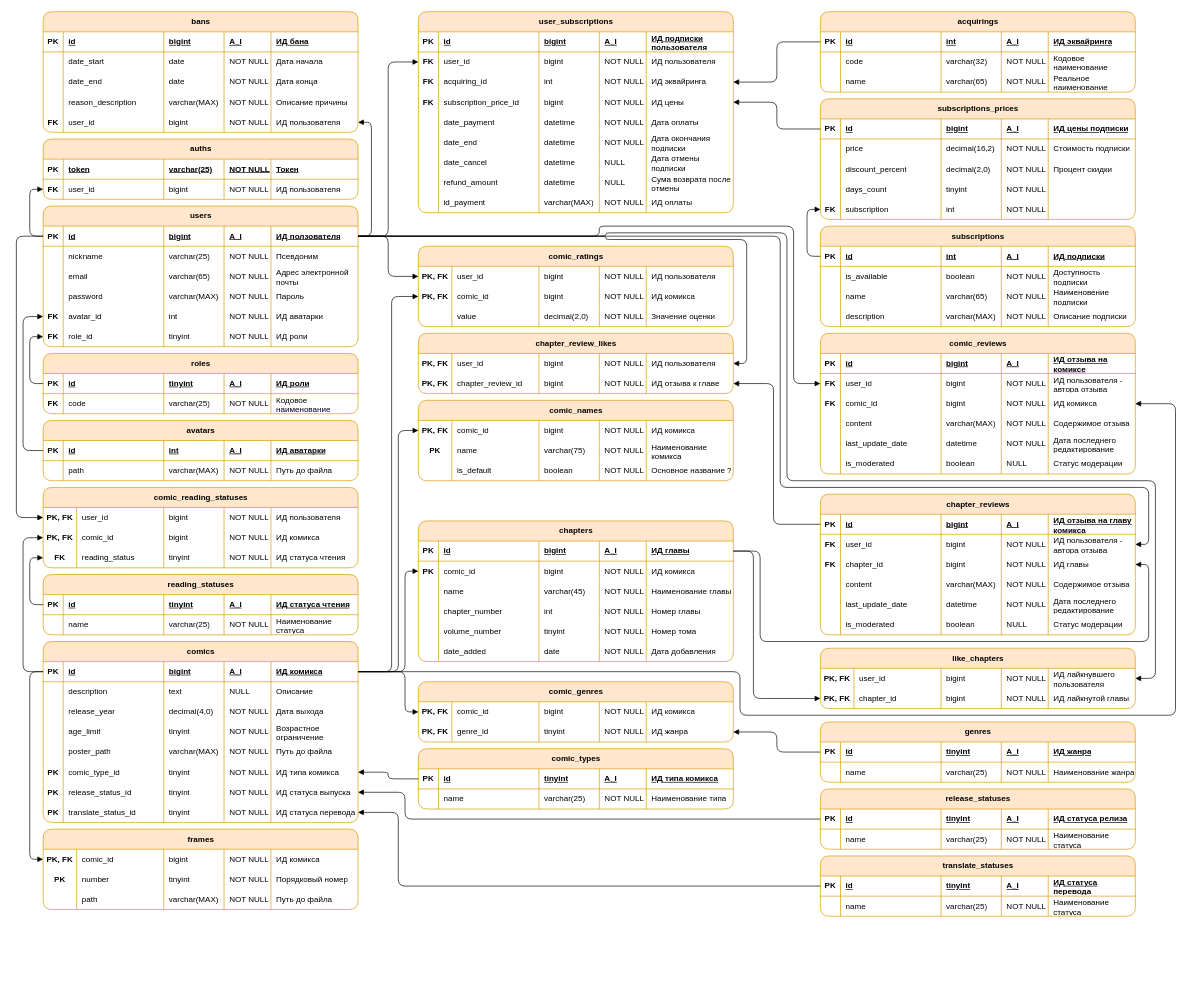
Zamelane/exams-3-course keeps this draw.io diagram as page "Физическая" (3 of 3) of ПМ.11/Модели базы данных.drawio. Above is the earlier version. Source tidied: cells renumbered, new cells numbered last; positions are measured from the earlier drawing's top-left corner, leaving out a move shared by most shapes. Both pictures are drawn from the tidied source at 67%, with x=0, y=0 at pixel (16, 11).
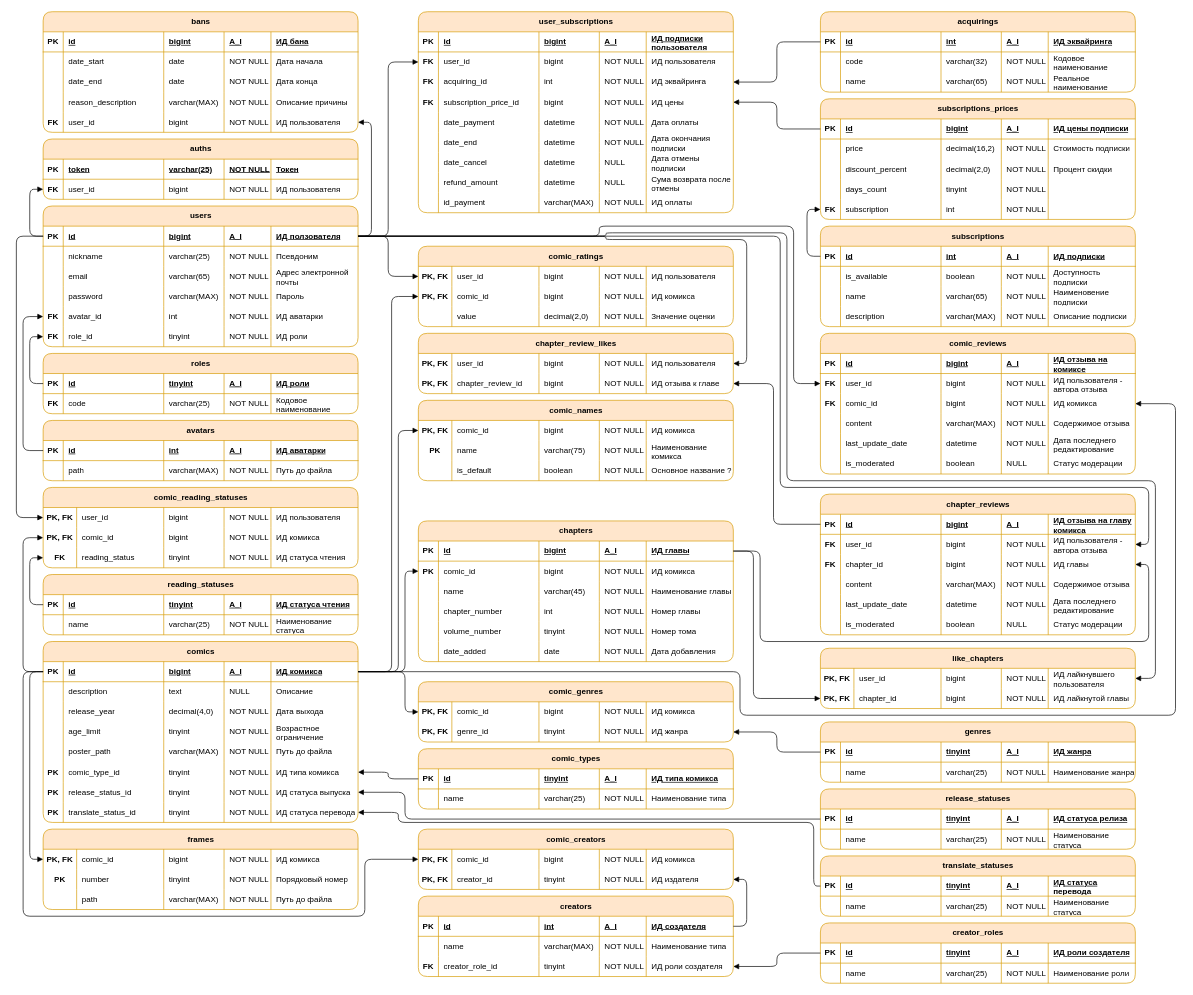
The same page after the edit.

Unchanged cells that the change refers to:
```xml
<mxCell id="401" style="shape=tableRow;horizontal=0;startSize=0;swimlaneHead=0;swimlaneBody=0;fillColor=none;points=[[0,0.5],[1,0.5]];portConstraint=eastwest;top=0;left=0;right=0;bottom=1;strokeColor=inherit;" parent="400" vertex="1">
  <mxGeometry y="30" width="470" height="30" as="geometry" />
</mxCell>
<mxCell id="443" style="shape=tableRow;horizontal=0;startSize=0;swimlaneHead=0;swimlaneBody=0;fillColor=none;points=[[0,0.5],[1,0.5]];portConstraint=eastwest;top=0;left=0;right=0;bottom=0;" parent="400" vertex="1">
  <mxGeometry y="240" width="470" height="30" as="geometry" />
</mxCell>
<mxCell id="589" style="shape=tableRow;horizontal=0;startSize=0;swimlaneHead=0;swimlaneBody=0;fillColor=none;points=[[0,0.5],[1,0.5]];portConstraint=eastwest;top=0;left=0;right=0;bottom=1;strokeColor=inherit;" parent="588" vertex="1">
  <mxGeometry y="30" width="470" height="30" as="geometry" />
</mxCell>
```

What changed in the source:
```diff
@@
     <mxCell id="602" style="edgeStyle=orthogonalEdgeStyle;curved=0;rounded=1;jettySize=auto;html=1;exitX=0;exitY=0.5;exitDx=0;exitDy=0;entryX=1;entryY=0.5;entryDx=0;entryDy=0;strokeColor=default;align=center;verticalAlign=middle;fontFamily=Helvetica;fontSize=11;fontColor=default;labelBackgroundColor=default;endArrow=block;endFill=1;" parent="1" edge="1" source="589" target="443">
       <mxGeometry relative="1" as="geometry">
         <Array as="points">
-          <mxPoint x="570" y="1305" />
+          <mxPoint x="1190" y="1305" />
+          <mxPoint x="1190" y="1210" />
+          <mxPoint x="570" y="1210" />
           <mxPoint x="570" y="1195" />
         </Array>
       </mxGeometry>
     </mxCell>
@@
+    <mxCell id="608" value="creators" style="shape=table;startSize=30;childLayout=tableLayout;rowLines=0;fontStyle=1;align=center;html=1;rounded=1;fillColor=#ffe6cc;strokeColor=#d79b00;" parent="1" vertex="1">
+      <mxGeometry x="599.9" y="1320" width="470.1" height="120" as="geometry" />
+    </mxCell>
+    <mxCell id="609" style="shape=tableRow;horizontal=0;startSize=0;swimlaneHead=0;swimlaneBody=0;fillColor=none;points=[[0,0.5],[1,0.5]];portConstraint=eastwest;top=0;left=0;right=0;bottom=1;strokeColor=inherit;" parent="608" vertex="1">
+      <mxGeometry y="30" width="470.1" height="30" as="geometry" />
+    </mxCell>
+    <mxCell id="610" value="PK" style="shape=partialRectangle;fillColor=none;top=0;left=0;bottom=0;right=0;fontStyle=1;overflow=hidden;whiteSpace=wrap;html=1;strokeColor=default;" parent="609" vertex="1">
+      <mxGeometry width="30" height="30" as="geometry" />
+    </mxCell>
+    <mxCell id="611" value="id" style="shape=partialRectangle;fillColor=none;top=0;left=0;bottom=0;right=0;align=left;spacingLeft=6;fontStyle=5;overflow=hidden;whiteSpace=wrap;html=1;strokeColor=default;" parent="609" vertex="1">
+      <mxGeometry x="30" width="150" height="30" as="geometry" />
+    </mxCell>
+    <mxCell id="612" value="int" style="shape=partialRectangle;fillColor=none;top=0;left=0;bottom=0;right=0;align=left;spacingLeft=6;fontStyle=5;overflow=hidden;whiteSpace=wrap;html=1;strokeColor=default;" parent="609" vertex="1">
+      <mxGeometry x="180" width="90.1" height="30" as="geometry" />
+    </mxCell>
+    <mxCell id="613" value="A_I" style="shape=partialRectangle;fillColor=none;top=0;left=0;bottom=0;right=0;align=left;spacingLeft=6;fontStyle=5;overflow=hidden;whiteSpace=wrap;html=1;strokeColor=default;" parent="609" vertex="1">
+      <mxGeometry x="270.1" width="70" height="30" as="geometry" />
+    </mxCell>
+    <mxCell id="614" value="ИД создателя" style="shape=partialRectangle;fillColor=none;top=0;left=0;bottom=0;right=0;align=left;spacingLeft=6;fontStyle=5;overflow=hidden;whiteSpace=wrap;html=1;strokeColor=default;" parent="609" vertex="1">
+      <mxGeometry x="340.1" width="130" height="30" as="geometry" />
+    </mxCell>
+    <mxCell id="615" style="shape=tableRow;horizontal=0;startSize=0;swimlaneHead=0;swimlaneBody=0;fillColor=none;top=0;left=0;right=0;bottom=0;" parent="608" vertex="1">
+      <mxGeometry y="60" width="470.1" height="30" as="geometry" />
+    </mxCell>
+    <mxCell id="616" style="shape=partialRectangle;fillColor=none;top=0;left=0;bottom=0;right=0;overflow=hidden;whiteSpace=wrap;html=1;" parent="615" vertex="1">
+      <mxGeometry width="30" height="30" as="geometry" />
+    </mxCell>
+    <mxCell id="617" value="name" style="shape=partialRectangle;fillColor=none;top=0;left=0;bottom=0;right=0;align=left;spacingLeft=6;overflow=hidden;whiteSpace=wrap;html=1;" parent="615" vertex="1">
+      <mxGeometry x="30" width="150" height="30" as="geometry" />
+    </mxCell>
+    <mxCell id="618" value="varchar(MAX)" style="shape=partialRectangle;fillColor=none;top=0;left=0;bottom=0;right=0;align=left;spacingLeft=6;overflow=hidden;whiteSpace=wrap;html=1;" parent="615" vertex="1">
+      <mxGeometry x="180" width="90.1" height="30" as="geometry" />
+    </mxCell>
+    <mxCell id="619" value="NOT NULL" style="shape=partialRectangle;fillColor=none;top=0;left=0;bottom=0;right=0;align=left;spacingLeft=6;overflow=hidden;whiteSpace=wrap;html=1;" parent="615" vertex="1">
+      <mxGeometry x="270.1" width="70" height="30" as="geometry" />
+    </mxCell>
+    <mxCell id="620" value="Наименование типа" style="shape=partialRectangle;fillColor=none;top=0;left=0;bottom=0;right=0;align=left;spacingLeft=6;overflow=hidden;whiteSpace=wrap;html=1;" parent="615" vertex="1">
+      <mxGeometry x="340.1" width="130" height="30" as="geometry" />
+    </mxCell>
+    <mxCell id="621" style="shape=tableRow;horizontal=0;startSize=0;swimlaneHead=0;swimlaneBody=0;fillColor=none;points=[[0,0.5],[1,0.5]];portConstraint=eastwest;top=0;left=0;right=0;bottom=0;" parent="608" vertex="1">
+      <mxGeometry y="90" width="470.1" height="30" as="geometry" />
+    </mxCell>
+    <mxCell id="622" value="&lt;b&gt;FK&lt;/b&gt;" style="shape=partialRectangle;fillColor=none;top=0;left=0;bottom=0;right=0;overflow=hidden;whiteSpace=wrap;html=1;" parent="621" vertex="1">
+      <mxGeometry width="30" height="30" as="geometry" />
+    </mxCell>
+    <mxCell id="623" value="creator_role_id" style="shape=partialRectangle;fillColor=none;top=0;left=0;bottom=0;right=0;align=left;spacingLeft=6;overflow=hidden;whiteSpace=wrap;html=1;" parent="621" vertex="1">
+      <mxGeometry x="30" width="150" height="30" as="geometry" />
+    </mxCell>
+    <mxCell id="624" value="tinyint" style="shape=partialRectangle;fillColor=none;top=0;left=0;bottom=0;right=0;align=left;spacingLeft=6;overflow=hidden;whiteSpace=wrap;html=1;" parent="621" vertex="1">
+      <mxGeometry x="180" width="90.1" height="30" as="geometry" />
+    </mxCell>
+    <mxCell id="625" value="NOT NULL" style="shape=partialRectangle;fillColor=none;top=0;left=0;bottom=0;right=0;align=left;spacingLeft=6;overflow=hidden;whiteSpace=wrap;html=1;" parent="621" vertex="1">
+      <mxGeometry x="270.1" width="70" height="30" as="geometry" />
+    </mxCell>
+    <mxCell id="626" value="ИД роли создателя" style="shape=partialRectangle;fillColor=none;top=0;left=0;bottom=0;right=0;align=left;spacingLeft=6;overflow=hidden;whiteSpace=wrap;html=1;" parent="621" vertex="1">
+      <mxGeometry x="340.1" width="130" height="30" as="geometry" />
+    </mxCell>
+    <mxCell id="627" value="comic_creators" style="shape=table;startSize=30;childLayout=tableLayout;rowLines=0;fontStyle=1;align=center;html=1;rounded=1;fillColor=#ffe6cc;strokeColor=#d79b00;" parent="1" vertex="1">
+      <mxGeometry x="599.9" y="1220" width="470.1" height="90" as="geometry" />
+    </mxCell>
+    <mxCell id="628" style="shape=tableRow;horizontal=0;startSize=0;swimlaneHead=0;swimlaneBody=0;fillColor=none;points=[[0,0.5],[1,0.5]];portConstraint=eastwest;top=0;left=0;right=0;bottom=0;" parent="627" vertex="1">
+      <mxGeometry y="30" width="470.1" height="30" as="geometry" />
+    </mxCell>
+    <mxCell id="629" value="&lt;b&gt;PK, FK&lt;/b&gt;" style="shape=partialRectangle;fillColor=none;top=0;left=0;bottom=0;right=0;overflow=hidden;whiteSpace=wrap;html=1;" parent="628" vertex="1">
+      <mxGeometry width="50" height="30" as="geometry" />
+    </mxCell>
+    <mxCell id="630" value="comic_id" style="shape=partialRectangle;fillColor=none;top=0;left=0;bottom=0;right=0;align=left;spacingLeft=6;overflow=hidden;whiteSpace=wrap;html=1;" parent="628" vertex="1">
+      <mxGeometry x="50" width="130" height="30" as="geometry" />
+    </mxCell>
+    <mxCell id="631" value="bigint" style="shape=partialRectangle;fillColor=none;top=0;left=0;bottom=0;right=0;align=left;spacingLeft=6;overflow=hidden;whiteSpace=wrap;html=1;" parent="628" vertex="1">
+      <mxGeometry x="180" width="90.1" height="30" as="geometry" />
+    </mxCell>
+    <mxCell id="632" value="NOT NULL" style="shape=partialRectangle;fillColor=none;top=0;left=0;bottom=0;right=0;align=left;spacingLeft=6;overflow=hidden;whiteSpace=wrap;html=1;" parent="628" vertex="1">
+      <mxGeometry x="270.1" width="70" height="30" as="geometry" />
+    </mxCell>
+    <mxCell id="633" value="ИД комикса" style="shape=partialRectangle;fillColor=none;top=0;left=0;bottom=0;right=0;align=left;spacingLeft=6;overflow=hidden;whiteSpace=wrap;html=1;" parent="628" vertex="1">
+      <mxGeometry x="340.1" width="130" height="30" as="geometry" />
+    </mxCell>
+    <mxCell id="634" style="shape=tableRow;horizontal=0;startSize=0;swimlaneHead=0;swimlaneBody=0;fillColor=none;points=[[0,0.5],[1,0.5]];portConstraint=eastwest;top=0;left=0;right=0;bottom=0;" parent="627" vertex="1">
+      <mxGeometry y="60" width="470.1" height="30" as="geometry" />
+    </mxCell>
+    <mxCell id="635" value="&lt;b&gt;PK, FK&lt;/b&gt;" style="shape=partialRectangle;fillColor=none;top=0;left=0;bottom=0;right=0;overflow=hidden;whiteSpace=wrap;html=1;" parent="634" vertex="1">
+      <mxGeometry width="50" height="30" as="geometry" />
+    </mxCell>
+    <mxCell id="636" value="creator_id" style="shape=partialRectangle;fillColor=none;top=0;left=0;bottom=0;right=0;align=left;spacingLeft=6;overflow=hidden;whiteSpace=wrap;html=1;" parent="634" vertex="1">
+      <mxGeometry x="50" width="130" height="30" as="geometry" />
+    </mxCell>
+    <mxCell id="637" value="tinyint" style="shape=partialRectangle;fillColor=none;top=0;left=0;bottom=0;right=0;align=left;spacingLeft=6;overflow=hidden;whiteSpace=wrap;html=1;" parent="634" vertex="1">
+      <mxGeometry x="180" width="90.1" height="30" as="geometry" />
+    </mxCell>
+    <mxCell id="638" value="NOT NULL" style="shape=partialRectangle;fillColor=none;top=0;left=0;bottom=0;right=0;align=left;spacingLeft=6;overflow=hidden;whiteSpace=wrap;html=1;" parent="634" vertex="1">
+      <mxGeometry x="270.1" width="70" height="30" as="geometry" />
+    </mxCell>
+    <mxCell id="639" value="ИД издателя" style="shape=partialRectangle;fillColor=none;top=0;left=0;bottom=0;right=0;align=left;spacingLeft=6;overflow=hidden;whiteSpace=wrap;html=1;" parent="634" vertex="1">
+      <mxGeometry x="340.1" width="130" height="30" as="geometry" />
+    </mxCell>
+    <mxCell id="640" style="edgeStyle=orthogonalEdgeStyle;curved=0;rounded=1;jettySize=auto;html=1;exitX=0;exitY=0.5;exitDx=0;exitDy=0;entryX=0;entryY=0.5;entryDx=0;entryDy=0;strokeColor=default;align=center;verticalAlign=middle;fontFamily=Helvetica;fontSize=11;fontColor=default;labelBackgroundColor=default;endArrow=block;endFill=1;" parent="1" edge="1" source="401" target="628">
+      <mxGeometry relative="1" as="geometry">
+        <Array as="points">
+          <mxPoint x="10" y="985" />
+          <mxPoint x="10" y="1350" />
+          <mxPoint x="520" y="1350" />
+          <mxPoint x="520" y="1265" />
+        </Array>
+      </mxGeometry>
+    </mxCell>
+    <mxCell id="641" value="creator_roles" style="shape=table;startSize=30;childLayout=tableLayout;rowLines=0;fontStyle=1;align=center;html=1;rounded=1;fillColor=#ffe6cc;strokeColor=#d79b00;" parent="1" vertex="1">
+      <mxGeometry x="1200" y="1360" width="470" height="90" as="geometry" />
+    </mxCell>
+    <mxCell id="642" style="shape=tableRow;horizontal=0;startSize=0;swimlaneHead=0;swimlaneBody=0;fillColor=none;points=[[0,0.5],[1,0.5]];portConstraint=eastwest;top=0;left=0;right=0;bottom=1;strokeColor=inherit;" parent="641" vertex="1">
+      <mxGeometry y="30" width="470" height="30" as="geometry" />
+    </mxCell>
+    <mxCell id="643" value="PK" style="shape=partialRectangle;fillColor=none;top=0;left=0;bottom=0;right=0;fontStyle=1;overflow=hidden;whiteSpace=wrap;html=1;strokeColor=default;" parent="642" vertex="1">
+      <mxGeometry width="30" height="30" as="geometry" />
+    </mxCell>
+    <mxCell id="644" value="id" style="shape=partialRectangle;fillColor=none;top=0;left=0;bottom=0;right=0;align=left;spacingLeft=6;fontStyle=5;overflow=hidden;whiteSpace=wrap;html=1;strokeColor=default;" parent="642" vertex="1">
+      <mxGeometry x="30" width="150" height="30" as="geometry" />
+    </mxCell>
+    <mxCell id="645" value="tinyint" style="shape=partialRectangle;fillColor=none;top=0;left=0;bottom=0;right=0;align=left;spacingLeft=6;fontStyle=5;overflow=hidden;whiteSpace=wrap;html=1;strokeColor=default;" parent="642" vertex="1">
+      <mxGeometry x="180" width="90" height="30" as="geometry" />
+    </mxCell>
+    <mxCell id="646" value="A_I" style="shape=partialRectangle;fillColor=none;top=0;left=0;bottom=0;right=0;align=left;spacingLeft=6;fontStyle=5;overflow=hidden;whiteSpace=wrap;html=1;strokeColor=default;" parent="642" vertex="1">
+      <mxGeometry x="270" width="70" height="30" as="geometry" />
+    </mxCell>
+    <mxCell id="647" value="ИД роли создателя" style="shape=partialRectangle;fillColor=none;top=0;left=0;bottom=0;right=0;align=left;spacingLeft=6;fontStyle=5;overflow=hidden;whiteSpace=wrap;html=1;strokeColor=default;" parent="642" vertex="1">
+      <mxGeometry x="340" width="130" height="30" as="geometry" />
+    </mxCell>
+    <mxCell id="648" style="shape=tableRow;horizontal=0;startSize=0;swimlaneHead=0;swimlaneBody=0;fillColor=none;top=0;left=0;right=0;bottom=0;" parent="641" vertex="1">
+      <mxGeometry y="60" width="470" height="30" as="geometry" />
+    </mxCell>
+    <mxCell id="649" style="shape=partialRectangle;fillColor=none;top=0;left=0;bottom=0;right=0;overflow=hidden;whiteSpace=wrap;html=1;" parent="648" vertex="1">
+      <mxGeometry width="30" height="30" as="geometry" />
+    </mxCell>
+    <mxCell id="650" value="name" style="shape=partialRectangle;fillColor=none;top=0;left=0;bottom=0;right=0;align=left;spacingLeft=6;overflow=hidden;whiteSpace=wrap;html=1;" parent="648" vertex="1">
+      <mxGeometry x="30" width="150" height="30" as="geometry" />
+    </mxCell>
+    <mxCell id="651" value="varchar(25)" style="shape=partialRectangle;fillColor=none;top=0;left=0;bottom=0;right=0;align=left;spacingLeft=6;overflow=hidden;whiteSpace=wrap;html=1;" parent="648" vertex="1">
+      <mxGeometry x="180" width="90" height="30" as="geometry" />
+    </mxCell>
+    <mxCell id="652" value="NOT NULL" style="shape=partialRectangle;fillColor=none;top=0;left=0;bottom=0;right=0;align=left;spacingLeft=6;overflow=hidden;whiteSpace=wrap;html=1;" parent="648" vertex="1">
+      <mxGeometry x="270" width="70" height="30" as="geometry" />
+    </mxCell>
+    <mxCell id="653" value="Наименование роли" style="shape=partialRectangle;fillColor=none;top=0;left=0;bottom=0;right=0;align=left;spacingLeft=6;overflow=hidden;whiteSpace=wrap;html=1;" parent="648" vertex="1">
+      <mxGeometry x="340" width="130" height="30" as="geometry" />
+    </mxCell>
+    <mxCell id="654" style="edgeStyle=orthogonalEdgeStyle;curved=0;rounded=1;jettySize=auto;html=1;exitX=0;exitY=0.5;exitDx=0;exitDy=0;entryX=1;entryY=0.5;entryDx=0;entryDy=0;strokeColor=default;align=center;verticalAlign=middle;fontFamily=Helvetica;fontSize=11;fontColor=default;labelBackgroundColor=default;endArrow=block;endFill=1;" parent="1" edge="1" source="642" target="621">
+      <mxGeometry relative="1" as="geometry" />
+    </mxCell>
+    <mxCell id="655" style="edgeStyle=orthogonalEdgeStyle;curved=0;rounded=1;jettySize=auto;html=1;exitX=1;exitY=0.5;exitDx=0;exitDy=0;entryX=1;entryY=0.5;entryDx=0;entryDy=0;strokeColor=default;align=center;verticalAlign=middle;fontFamily=Helvetica;fontSize=11;fontColor=default;labelBackgroundColor=default;endArrow=block;endFill=1;" parent="1" edge="1" source="609" target="634">
+      <mxGeometry relative="1" as="geometry" />
+    </mxCell>
```
